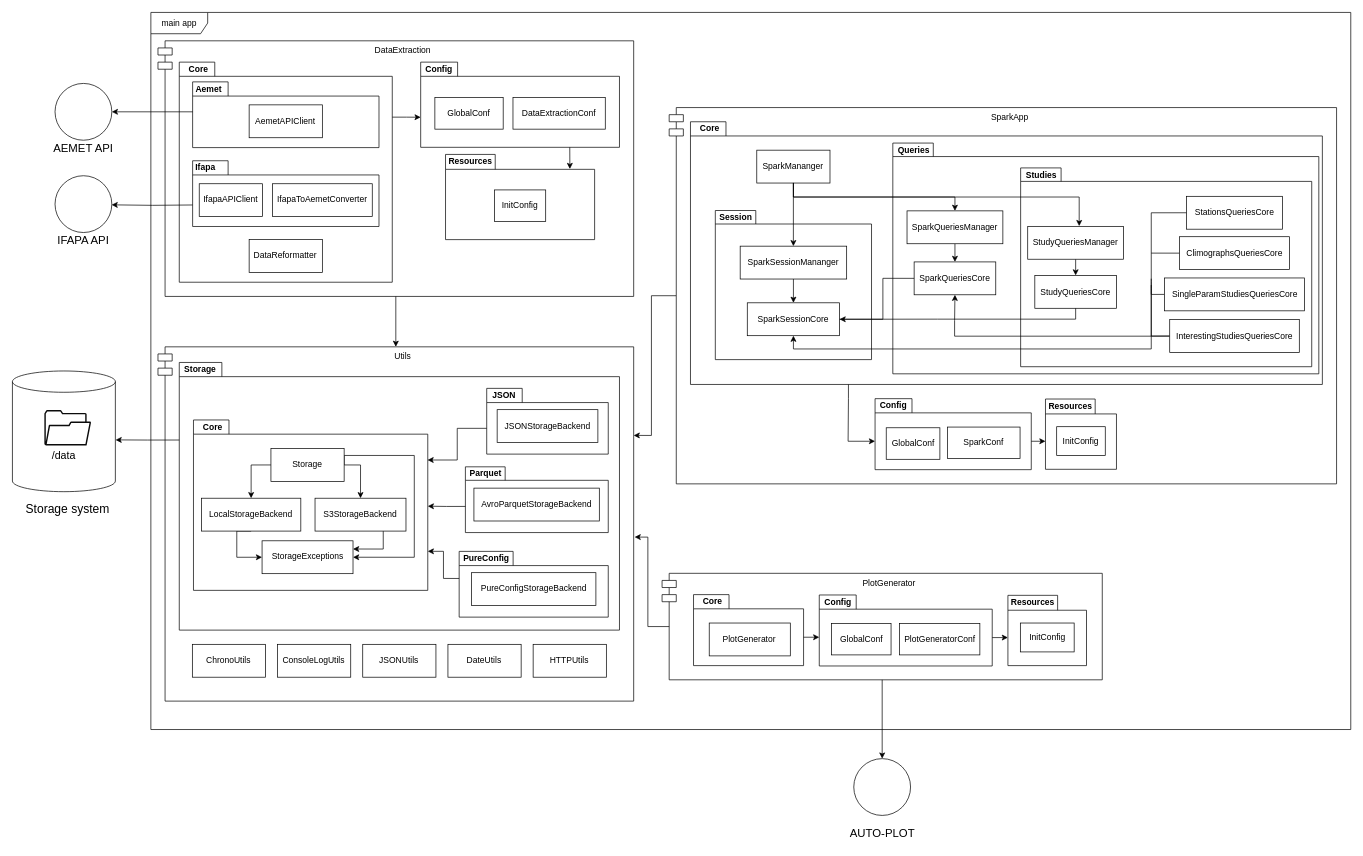
Earlier version of the draw.io diagram big-data-core/documentation/plantuml/global/general_components.drawio (cfkr-dev/aemet_spark_study). Source tidied: cells renumbered, new cells numbered last; positions are measured from the earlier drawing's top-left corner, leaving out a move shared by most shapes. Both pictures are drawn from the tidied source at 71%, with x=0, y=0 at pixel (12, 12).
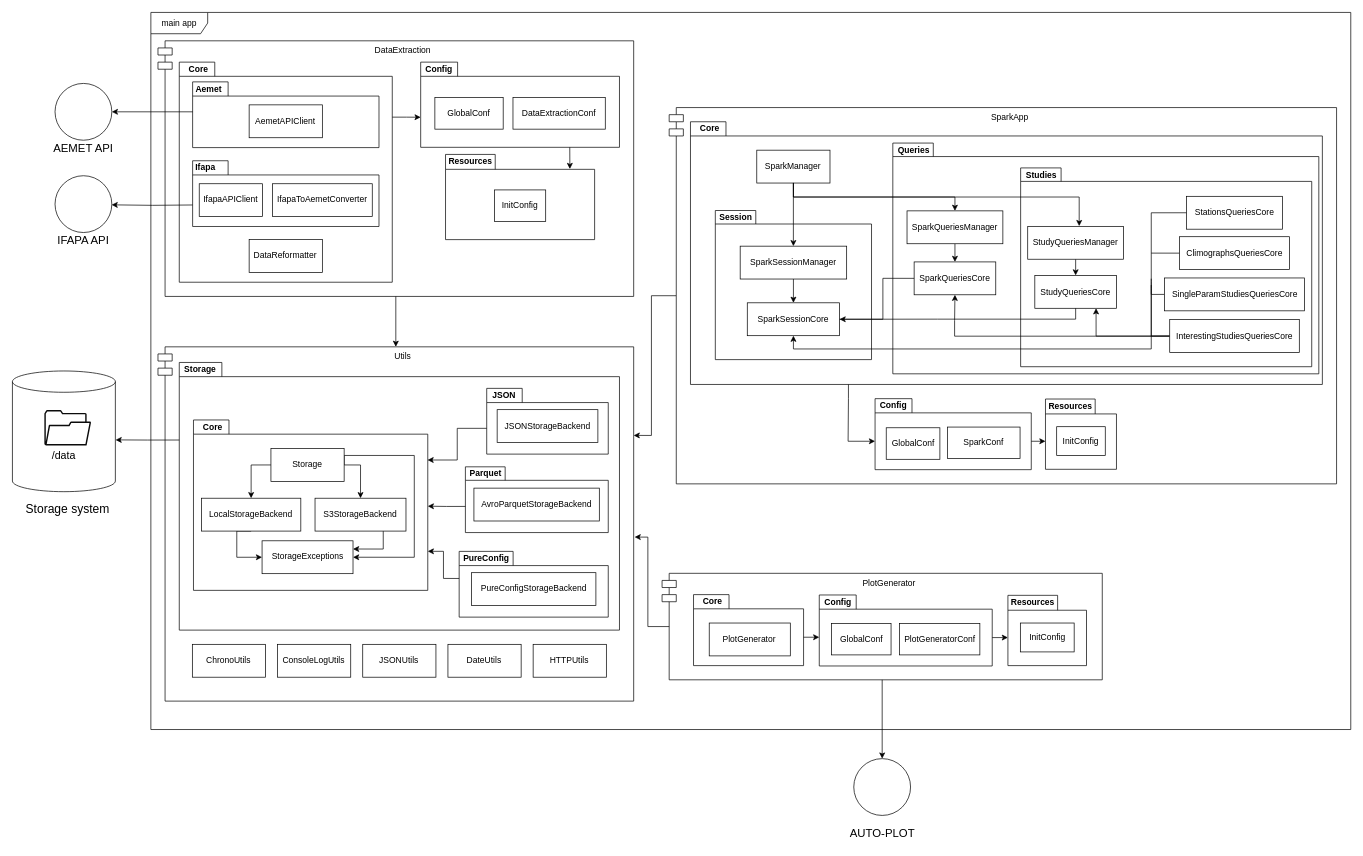
After the change.

Commit message (it also covers changes not shown here):
Scala system general components diagram fix

The change refers to these unchanged cells:
```xml
<mxCell id="58" style="group;" parent="1" vertex="1">
  <mxGeometry x="955" y="154" width="890" height="370" as="geometry" />
</mxCell>
<mxCell id="61" style="group;" parent="58" vertex="1">
  <mxGeometry x="35" y="145" width="220" height="190" as="geometry" />
</mxCell>
<mxCell id="71" value="StudyQueriesCore" style="html=1;whiteSpace=wrap;" parent="58" vertex="1">
  <mxGeometry x="485" y="216.4" width="115" height="46.3" as="geometry" />
</mxCell>
<mxCell id="82" value="InterestingStudiesQueriesCore" style="html=1;whiteSpace=wrap;" parent="58" vertex="1">
  <mxGeometry x="675" y="278.7" width="182.5" height="46.3" as="geometry" />
</mxCell>
```

The edit, as a diff of the source:
```diff
@@
-    <mxCell id="60" value="SparkMananger" style="html=1;whiteSpace=wrap;" parent="58" vertex="1">
+    <mxCell id="60" value="SparkManager" style="html=1;whiteSpace=wrap;" parent="58" vertex="1">
       <mxGeometry x="93.4" y="40" width="103.1" height="46.3" as="geometry" />
     </mxCell>
@@
-    <mxCell id="65" value="SparkSessionMananger" style="html=1;whiteSpace=wrap;" parent="61" vertex="1">
+    <mxCell id="65" value="SparkSessionManager" style="html=1;whiteSpace=wrap;" parent="61" vertex="1">
       <mxGeometry x="35" y="30.2" width="150" height="46.3" as="geometry" />
     </mxCell>
@@
+    <mxCell id="118" style="edgeStyle=orthogonalEdgeStyle;rounded=0;jettySize=auto;html=1;exitX=0;exitY=0.5;exitDx=0;exitDy=0;entryX=0.75;entryY=1;entryDx=0;entryDy=0;" parent="58" edge="1" source="82" target="71">
+      <mxGeometry relative="1" as="geometry" />
+    </mxCell>
```
